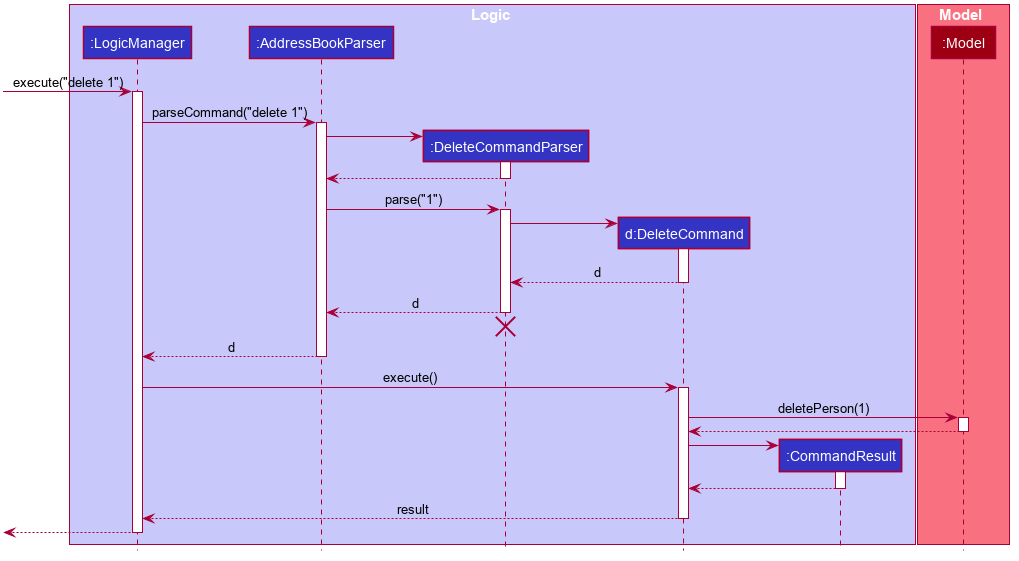
Earlier version of the PlantUML export docs/images/DeleteSequenceDiagram.png (nus-cs2103-AY2223S2/tp).
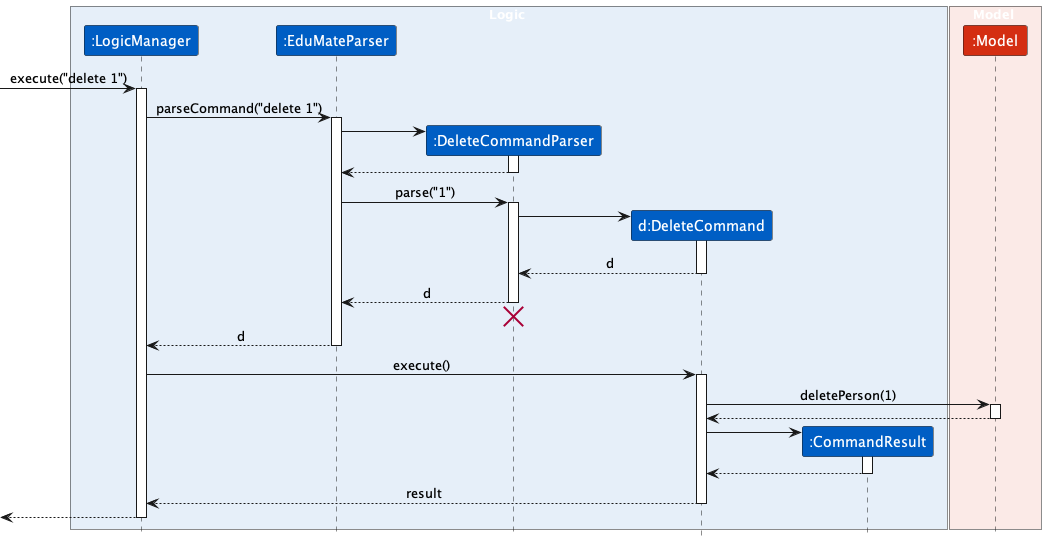
After the change.

Diff of the diagram source:
```diff
@@ -1,79 +1,32 @@
 @startuml
+!include style.puml
 
-
-
-
-
-
-
-
-skinparam BackgroundColor #FFFFFFF
-
-skinparam Shadowing false
-
-skinparam Class {
-    FontColor #FFFFFF
-    BorderThickness 1
-    BorderColor #FFFFFF
-    StereotypeFontColor #FFFFFF
-    FontName Arial
-}
-
-skinparam Actor {
-    BorderColor #000000
-    Color #000000
-    FontName Arial
-}
-
-skinparam Sequence {
-    MessageAlign center
-    BoxFontSize 15
-    BoxPadding 0
-    BoxFontColor #FFFFFF
-    FontName Arial
-}
-
-skinparam Participant {
-    FontColor #FFFFFFF
-    Padding 20
-}
-
-skinparam MinClassWidth 50
-skinparam ParticipantPadding 10
-skinparam Shadowing false
-skinparam DefaultTextAlignment center
-skinparam packageStyle Rectangle
-
-hide footbox
-hide members
-hide circle
-
-box Logic #C8C8FA
-participant ":LogicManager" as LogicManager #3333C4
-participant ":AddressBookParser" as AddressBookParser #3333C4
-participant ":DeleteCommandParser" as DeleteCommandParser #3333C4
-participant "d:DeleteCommand" as DeleteCommand #3333C4
-participant ":CommandResult" as CommandResult #3333C4
+box Logic LOGIC_COLOR_BACKGROUND
+participant ":LogicManager" as LogicManager LOGIC_COLOR
+participant ":EduMateParser" as EduMateParser LOGIC_COLOR
+participant ":DeleteCommandParser" as DeleteCommandParser LOGIC_COLOR
+participant "d:DeleteCommand" as DeleteCommand LOGIC_COLOR
+participant ":CommandResult" as CommandResult LOGIC_COLOR
 end box
 
-box Model #F97181
-participant ":Model" as Model #9D0012
+box Model MODEL_COLOR_BACKGROUND
+participant ":Model" as Model MODEL_COLOR
 end box
 
 [-> LogicManager : execute("delete 1")
 activate LogicManager
 
-LogicManager -> AddressBookParser : parseCommand("delete 1")
-activate AddressBookParser
+LogicManager -> EduMateParser : parseCommand("delete 1")
+activate EduMateParser
 
 create DeleteCommandParser
-AddressBookParser -> DeleteCommandParser
+EduMateParser -> DeleteCommandParser
 activate DeleteCommandParser
 
-DeleteCommandParser --> AddressBookParser
+DeleteCommandParser --> EduMateParser
 deactivate DeleteCommandParser
 
-AddressBookParser -> DeleteCommandParser : parse("1")
+EduMateParser -> DeleteCommandParser : parse("1")
 activate DeleteCommandParser
 
 create DeleteCommand
@@ -83,13 +36,13 @@
 DeleteCommand --> DeleteCommandParser : d
 deactivate DeleteCommand
 
-DeleteCommandParser --> AddressBookParser : d
+DeleteCommandParser --> EduMateParser : d
 deactivate DeleteCommandParser
-DeleteCommandParser -[hidden]-> AddressBookParser
+DeleteCommandParser -[hidden]-> EduMateParser
 destroy DeleteCommandParser
 
-AddressBookParser --> LogicManager : d
-deactivate AddressBookParser
+EduMateParser --> LogicManager : d
+deactivate EduMateParser
 
 LogicManager -> DeleteCommand : execute()
 activate DeleteCommand
```
